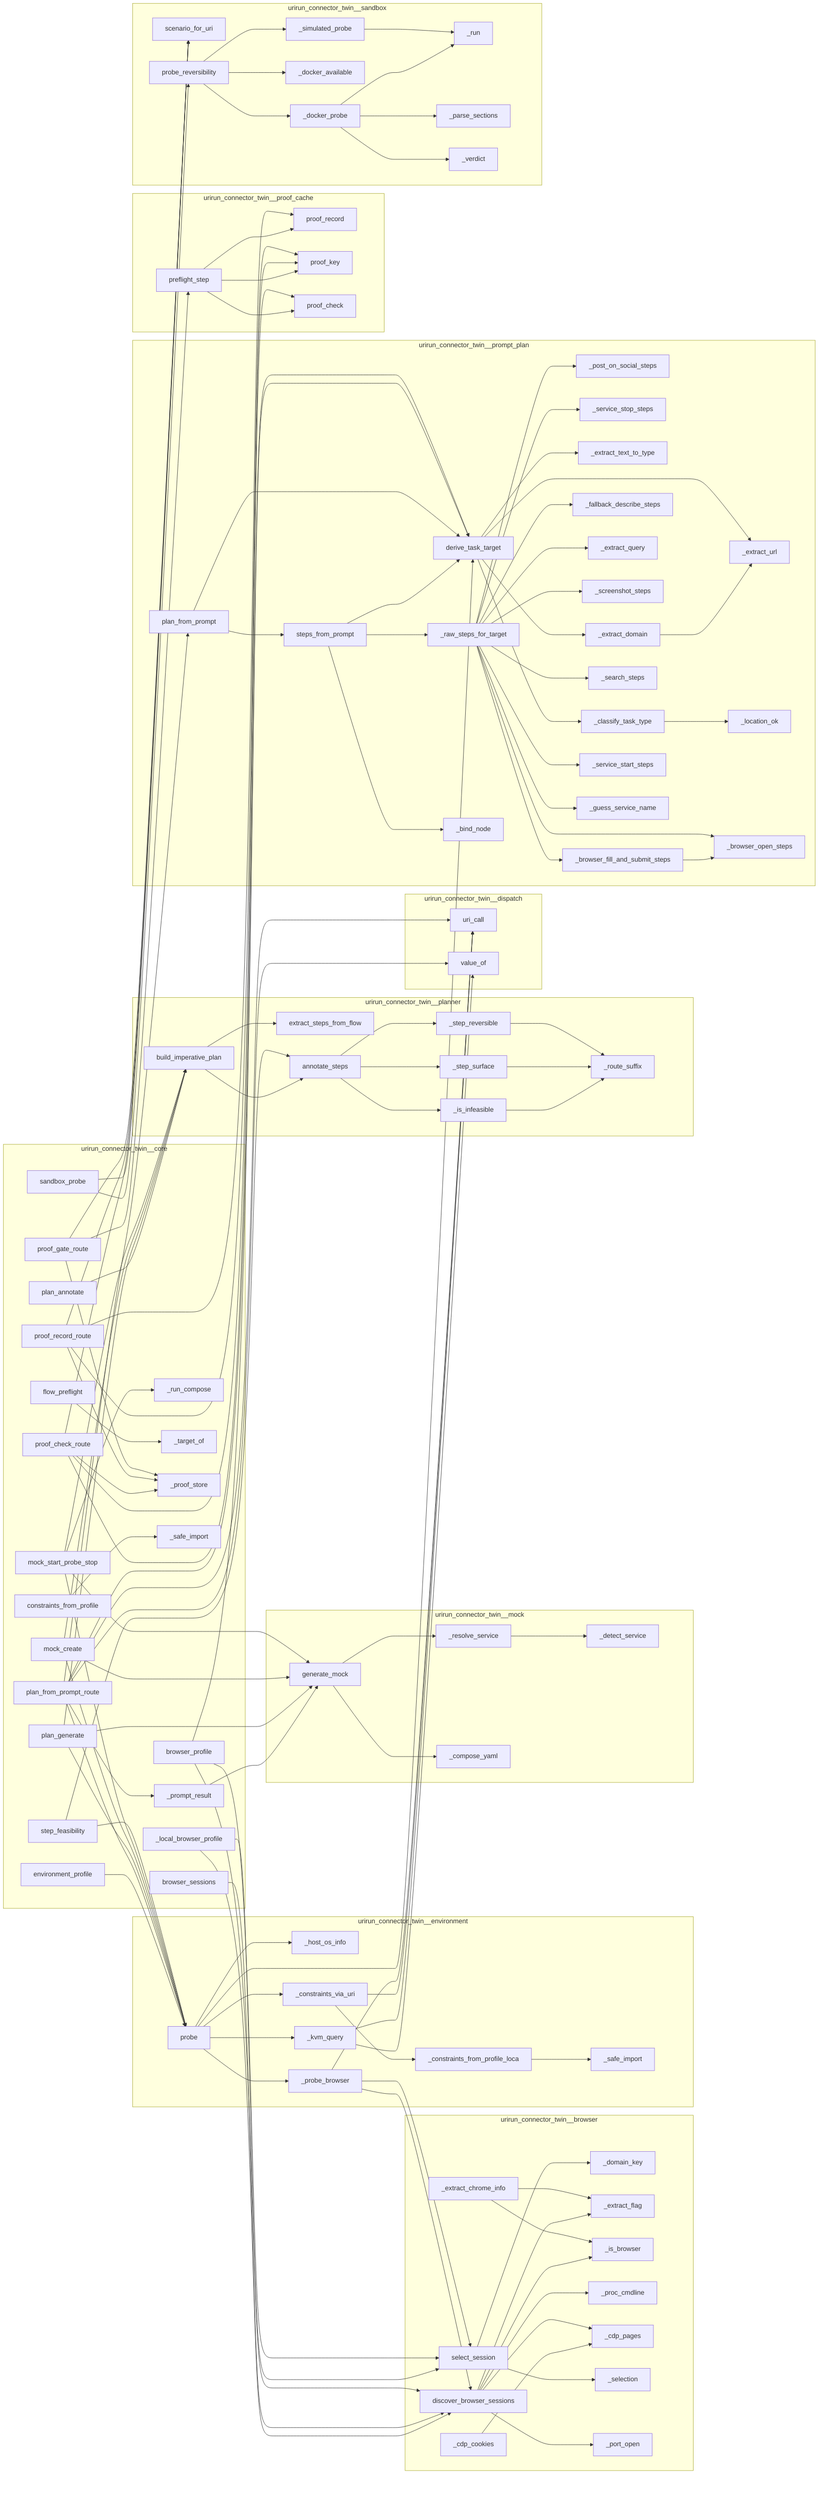
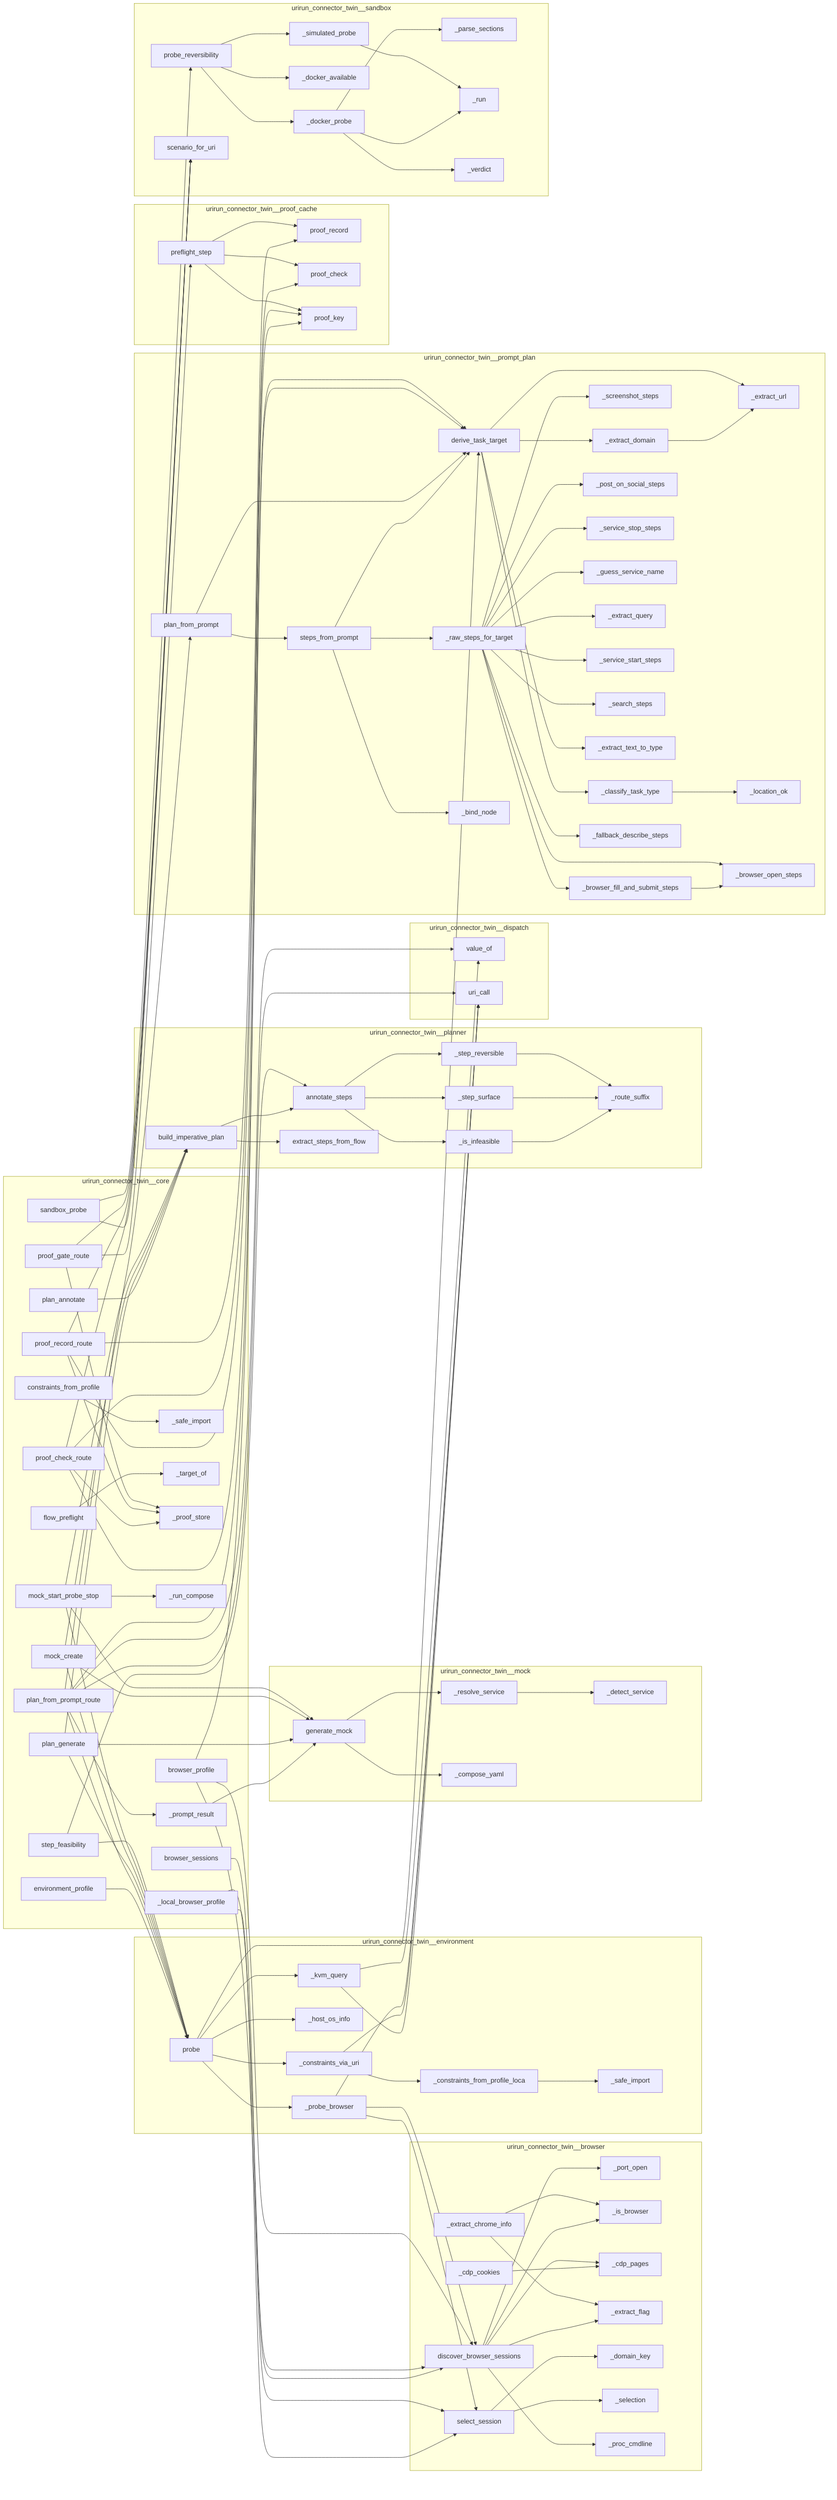
flowchart LR
%% generated in 0.00s
    subgraph urirun_connector_twin__browser
+         urirun_connector_twin__browser___extract_chrome_info["_extract_chrome_info"]
+         urirun_connector_twin__browser___port_open["_port_open"]
+         urirun_connector_twin__browser__discover_browser_sessions["discover_browser_sessions"]
+         urirun_connector_twin__browser___is_browser["_is_browser"]
+         urirun_connector_twin__browser__select_session["select_session"]
+         urirun_connector_twin__browser___cdp_pages["_cdp_pages"]
+         urirun_connector_twin__browser___extract_flag["_extract_flag"]
        urirun_connector_twin__browser___domain_key["_domain_key"]
-         urirun_connector_twin__browser__select_session["select_session"]
-         urirun_connector_twin__browser__discover_browser_sessions["discover_browser_sessions"]
+         urirun_connector_twin__browser___selection["_selection"]
+         urirun_connector_twin__browser___proc_cmdline["_proc_cmdline"]
        urirun_connector_twin__browser___cdp_cookies["_cdp_cookies"]
-         urirun_connector_twin__browser___extract_flag["_extract_flag"]
-         urirun_connector_twin__browser___is_browser["_is_browser"]
-         urirun_connector_twin__browser___proc_cmdline["_proc_cmdline"]
-         urirun_connector_twin__browser___cdp_pages["_cdp_pages"]
-         urirun_connector_twin__browser___extract_chrome_info["_extract_chrome_info"]
-         urirun_connector_twin__browser___selection["_selection"]
-         urirun_connector_twin__browser___port_open["_port_open"]
    end
    subgraph urirun_connector_twin__core
+         urirun_connector_twin__core__browser_profile["browser_profile"]
        urirun_connector_twin__core__browser_sessions["browser_sessions"]
+         urirun_connector_twin__core___safe_import["_safe_import"]
+         urirun_connector_twin__core___prompt_result["_prompt_result"]
+         urirun_connector_twin__core__mock_create["mock_create"]
+         urirun_connector_twin__core__sandbox_probe["sandbox_probe"]
+         urirun_connector_twin__core__proof_check_route["proof_check_route"]
+         urirun_connector_twin__core__environment_profile["environment_profile"]
+         urirun_connector_twin__core__proof_record_route["proof_record_route"]
+         urirun_connector_twin__core__plan_annotate["plan_annotate"]
+         urirun_connector_twin__core___target_of["_target_of"]
+         urirun_connector_twin__core__flow_preflight["flow_preflight"]
+         urirun_connector_twin__core___proof_store["_proof_store"]
+         urirun_connector_twin__core__proof_gate_route["proof_gate_route"]
+         urirun_connector_twin__core__constraints_from_profile["constraints_from_profile"]
+         urirun_connector_twin__core__plan_from_prompt_route["plan_from_prompt_route"]
+         urirun_connector_twin__core__mock_start_probe_stop["mock_start_probe_stop"]
+         urirun_connector_twin__core__plan_generate["plan_generate"]
+         urirun_connector_twin__core___local_browser_profile["_local_browser_profile"]
        urirun_connector_twin__core___run_compose["_run_compose"]
-         urirun_connector_twin__core__proof_record_route["proof_record_route"]
-         urirun_connector_twin__core__mock_create["mock_create"]
-         urirun_connector_twin__core__plan_annotate["plan_annotate"]
-         urirun_connector_twin__core__browser_profile["browser_profile"]
-         urirun_connector_twin__core__proof_check_route["proof_check_route"]
-         urirun_connector_twin__core__sandbox_probe["sandbox_probe"]
-         urirun_connector_twin__core___target_of["_target_of"]
-         urirun_connector_twin__core__mock_start_probe_stop["mock_start_probe_stop"]
        urirun_connector_twin__core__step_feasibility["step_feasibility"]
-         urirun_connector_twin__core__flow_preflight["flow_preflight"]
-         urirun_connector_twin__core__environment_profile["environment_profile"]
-         urirun_connector_twin__core__plan_from_prompt_route["plan_from_prompt_route"]
-         urirun_connector_twin__core___proof_store["_proof_store"]
-         urirun_connector_twin__core__constraints_from_profile["constraints_from_profile"]
-         urirun_connector_twin__core___local_browser_profile["_local_browser_profile"]
-         urirun_connector_twin__core__plan_generate["plan_generate"]
-         urirun_connector_twin__core___safe_import["_safe_import"]
-         urirun_connector_twin__core__proof_gate_route["proof_gate_route"]
-         urirun_connector_twin__core___prompt_result["_prompt_result"]
    end
    subgraph urirun_connector_twin__dispatch
+         urirun_connector_twin__dispatch__value_of["value_of"]
        urirun_connector_twin__dispatch__uri_call["uri_call"]
-         urirun_connector_twin__dispatch__value_of["value_of"]
    end
    subgraph urirun_connector_twin__environment
+         urirun_connector_twin__environment___safe_import["_safe_import"]
+         urirun_connector_twin__environment___constraints_via_uri["_constraints_via_uri"]
+         urirun_connector_twin__environment___probe_browser["_probe_browser"]
        urirun_connector_twin__environment___host_os_info["_host_os_info"]
        urirun_connector_twin__environment___kvm_query["_kvm_query"]
+         urirun_connector_twin__environment__probe["probe"]
        urirun_connector_twin__environment___constraints_from_profile_local["_constraints_from_profile_loca"]
-         urirun_connector_twin__environment___probe_browser["_probe_browser"]
-         urirun_connector_twin__environment___constraints_via_uri["_constraints_via_uri"]
-         urirun_connector_twin__environment__probe["probe"]
-         urirun_connector_twin__environment___safe_import["_safe_import"]
    end
    subgraph urirun_connector_twin__mock
+         urirun_connector_twin__mock___detect_service["_detect_service"]
        urirun_connector_twin__mock___resolve_service["_resolve_service"]
-         urirun_connector_twin__mock___detect_service["_detect_service"]
+         urirun_connector_twin__mock__generate_mock["generate_mock"]
        urirun_connector_twin__mock___compose_yaml["_compose_yaml"]
-         urirun_connector_twin__mock__generate_mock["generate_mock"]
    end
    subgraph urirun_connector_twin__planner
+         urirun_connector_twin__planner___step_reversible["_step_reversible"]
+         urirun_connector_twin__planner___step_surface["_step_surface"]
        urirun_connector_twin__planner__build_imperative_plan["build_imperative_plan"]
+         urirun_connector_twin__planner___route_suffix["_route_suffix"]
+         urirun_connector_twin__planner__annotate_steps["annotate_steps"]
        urirun_connector_twin__planner___is_infeasible["_is_infeasible"]
-         urirun_connector_twin__planner___step_surface["_step_surface"]
        urirun_connector_twin__planner__extract_steps_from_flow["extract_steps_from_flow"]
-         urirun_connector_twin__planner___route_suffix["_route_suffix"]
-         urirun_connector_twin__planner___step_reversible["_step_reversible"]
-         urirun_connector_twin__planner__annotate_steps["annotate_steps"]
    end
    subgraph urirun_connector_twin__prompt_plan
+         urirun_connector_twin__prompt_plan___extract_domain["_extract_domain"]
+         urirun_connector_twin__prompt_plan___extract_url["_extract_url"]
+         urirun_connector_twin__prompt_plan__steps_from_prompt["steps_from_prompt"]
+         urirun_connector_twin__prompt_plan___location_ok["_location_ok"]
+         urirun_connector_twin__prompt_plan___screenshot_steps["_screenshot_steps"]
+         urirun_connector_twin__prompt_plan___browser_fill_and_submit_steps["_browser_fill_and_submit_steps"]
+         urirun_connector_twin__prompt_plan___post_on_social_steps["_post_on_social_steps"]
+         urirun_connector_twin__prompt_plan___service_stop_steps["_service_stop_steps"]
+         urirun_connector_twin__prompt_plan___guess_service_name["_guess_service_name"]
+         urirun_connector_twin__prompt_plan__derive_task_target["derive_task_target"]
+         urirun_connector_twin__prompt_plan___extract_query["_extract_query"]
+         urirun_connector_twin__prompt_plan___service_start_steps["_service_start_steps"]
+         urirun_connector_twin__prompt_plan__plan_from_prompt["plan_from_prompt"]
+         urirun_connector_twin__prompt_plan___search_steps["_search_steps"]
+         urirun_connector_twin__prompt_plan___browser_open_steps["_browser_open_steps"]
+         urirun_connector_twin__prompt_plan___extract_text_to_type["_extract_text_to_type"]
+         urirun_connector_twin__prompt_plan___classify_task_type["_classify_task_type"]
+         urirun_connector_twin__prompt_plan___fallback_describe_steps["_fallback_describe_steps"]
        urirun_connector_twin__prompt_plan___raw_steps_for_target["_raw_steps_for_target"]
-         urirun_connector_twin__prompt_plan___extract_url["_extract_url"]
-         urirun_connector_twin__prompt_plan___post_on_social_steps["_post_on_social_steps"]
-         urirun_connector_twin__prompt_plan__derive_task_target["derive_task_target"]
-         urirun_connector_twin__prompt_plan__plan_from_prompt["plan_from_prompt"]
        urirun_connector_twin__prompt_plan___bind_node["_bind_node"]
-         urirun_connector_twin__prompt_plan___service_stop_steps["_service_stop_steps"]
-         urirun_connector_twin__prompt_plan__steps_from_prompt["steps_from_prompt"]
-         urirun_connector_twin__prompt_plan___extract_text_to_type["_extract_text_to_type"]
-         urirun_connector_twin__prompt_plan___location_ok["_location_ok"]
-         urirun_connector_twin__prompt_plan___browser_fill_and_submit_steps["_browser_fill_and_submit_steps"]
-         urirun_connector_twin__prompt_plan___fallback_describe_steps["_fallback_describe_steps"]
-         urirun_connector_twin__prompt_plan___extract_query["_extract_query"]
-         urirun_connector_twin__prompt_plan___browser_open_steps["_browser_open_steps"]
-         urirun_connector_twin__prompt_plan___screenshot_steps["_screenshot_steps"]
-         urirun_connector_twin__prompt_plan___extract_domain["_extract_domain"]
-         urirun_connector_twin__prompt_plan___search_steps["_search_steps"]
-         urirun_connector_twin__prompt_plan___classify_task_type["_classify_task_type"]
-         urirun_connector_twin__prompt_plan___service_start_steps["_service_start_steps"]
-         urirun_connector_twin__prompt_plan___guess_service_name["_guess_service_name"]
    end
    subgraph urirun_connector_twin__proof_cache
        urirun_connector_twin__proof_cache__proof_record["proof_record"]
-         urirun_connector_twin__proof_cache__proof_key["proof_key"]
        urirun_connector_twin__proof_cache__preflight_step["preflight_step"]
        urirun_connector_twin__proof_cache__proof_check["proof_check"]
+         urirun_connector_twin__proof_cache__proof_key["proof_key"]
    end
    subgraph urirun_connector_twin__sandbox
+         urirun_connector_twin__sandbox__probe_reversibility["probe_reversibility"]
+         urirun_connector_twin__sandbox___parse_sections["_parse_sections"]
+         urirun_connector_twin__sandbox___run["_run"]
+         urirun_connector_twin__sandbox___simulated_probe["_simulated_probe"]
+         urirun_connector_twin__sandbox___verdict["_verdict"]
+         urirun_connector_twin__sandbox___docker_available["_docker_available"]
        urirun_connector_twin__sandbox__scenario_for_uri["scenario_for_uri"]
-         urirun_connector_twin__sandbox___simulated_probe["_simulated_probe"]
-         urirun_connector_twin__sandbox___run["_run"]
-         urirun_connector_twin__sandbox___parse_sections["_parse_sections"]
-         urirun_connector_twin__sandbox___docker_available["_docker_available"]
-         urirun_connector_twin__sandbox__probe_reversibility["probe_reversibility"]
        urirun_connector_twin__sandbox___docker_probe["_docker_probe"]
-         urirun_connector_twin__sandbox___verdict["_verdict"]
    end
    urirun_connector_twin__sandbox___docker_probe --> urirun_connector_twin__sandbox___run
    urirun_connector_twin__sandbox___docker_probe --> urirun_connector_twin__sandbox___parse_sections
    urirun_connector_twin__sandbox___docker_probe --> urirun_connector_twin__sandbox___verdict
    urirun_connector_twin__sandbox___simulated_probe --> urirun_connector_twin__sandbox___run
    urirun_connector_twin__sandbox__probe_reversibility --> urirun_connector_twin__sandbox___docker_available
    urirun_connector_twin__sandbox__probe_reversibility --> urirun_connector_twin__sandbox___docker_probe
    urirun_connector_twin__sandbox__probe_reversibility --> urirun_connector_twin__sandbox___simulated_probe
    urirun_connector_twin__mock___resolve_service --> urirun_connector_twin__mock___detect_service
    urirun_connector_twin__mock__generate_mock --> urirun_connector_twin__mock___resolve_service
    urirun_connector_twin__mock__generate_mock --> urirun_connector_twin__mock___compose_yaml
    urirun_connector_twin__browser___cdp_cookies --> urirun_connector_twin__browser___cdp_pages
    urirun_connector_twin__browser__discover_browser_sessions --> urirun_connector_twin__browser___proc_cmdline
    urirun_connector_twin__browser__discover_browser_sessions --> urirun_connector_twin__browser___extract_flag
    urirun_connector_twin__browser__discover_browser_sessions --> urirun_connector_twin__browser___port_open
    urirun_connector_twin__browser__discover_browser_sessions --> urirun_connector_twin__browser___is_browser
    urirun_connector_twin__browser__discover_browser_sessions --> urirun_connector_twin__browser___cdp_pages
    urirun_connector_twin__browser__select_session --> urirun_connector_twin__browser___domain_key
    urirun_connector_twin__browser__select_session --> urirun_connector_twin__browser___selection
    urirun_connector_twin__browser___extract_chrome_info --> urirun_connector_twin__browser___extract_flag
    urirun_connector_twin__browser___extract_chrome_info --> urirun_connector_twin__browser___is_browser
    urirun_connector_twin__planner___is_infeasible --> urirun_connector_twin__planner___route_suffix
    urirun_connector_twin__planner___step_surface --> urirun_connector_twin__planner___route_suffix
    urirun_connector_twin__planner___step_reversible --> urirun_connector_twin__planner___route_suffix
    urirun_connector_twin__planner__annotate_steps --> urirun_connector_twin__planner___is_infeasible
    urirun_connector_twin__planner__annotate_steps --> urirun_connector_twin__planner___step_reversible
    urirun_connector_twin__planner__annotate_steps --> urirun_connector_twin__planner___step_surface
    urirun_connector_twin__planner__build_imperative_plan --> urirun_connector_twin__planner__extract_steps_from_flow
    urirun_connector_twin__planner__build_imperative_plan --> urirun_connector_twin__planner__annotate_steps
    urirun_connector_twin__prompt_plan___extract_domain --> urirun_connector_twin__prompt_plan___extract_url
    urirun_connector_twin__prompt_plan___browser_fill_and_submit_steps --> urirun_connector_twin__prompt_plan___browser_open_steps
    urirun_connector_twin__prompt_plan___classify_task_type --> urirun_connector_twin__prompt_plan___location_ok
    urirun_connector_twin__prompt_plan__derive_task_target --> urirun_connector_twin__prompt_plan___extract_domain
    urirun_connector_twin__prompt_plan__derive_task_target --> urirun_connector_twin__prompt_plan___extract_url
    urirun_connector_twin__prompt_plan__derive_task_target --> urirun_connector_twin__prompt_plan___extract_text_to_type
    urirun_connector_twin__prompt_plan__derive_task_target --> urirun_connector_twin__prompt_plan___classify_task_type
    urirun_connector_twin__prompt_plan___raw_steps_for_target --> urirun_connector_twin__prompt_plan___fallback_describe_steps
    urirun_connector_twin__prompt_plan___raw_steps_for_target --> urirun_connector_twin__prompt_plan___post_on_social_steps
    urirun_connector_twin__prompt_plan___raw_steps_for_target --> urirun_connector_twin__prompt_plan___search_steps
    urirun_connector_twin__prompt_plan___raw_steps_for_target --> urirun_connector_twin__prompt_plan___browser_fill_and_submit_steps
    urirun_connector_twin__prompt_plan___raw_steps_for_target --> urirun_connector_twin__prompt_plan___browser_open_steps
    urirun_connector_twin__prompt_plan___raw_steps_for_target --> urirun_connector_twin__prompt_plan___screenshot_steps
    urirun_connector_twin__prompt_plan___raw_steps_for_target --> urirun_connector_twin__prompt_plan___service_start_steps
    urirun_connector_twin__prompt_plan___raw_steps_for_target --> urirun_connector_twin__prompt_plan___service_stop_steps
    urirun_connector_twin__prompt_plan___raw_steps_for_target --> urirun_connector_twin__prompt_plan___extract_query
    urirun_connector_twin__prompt_plan___raw_steps_for_target --> urirun_connector_twin__prompt_plan___guess_service_name
    urirun_connector_twin__prompt_plan__steps_from_prompt --> urirun_connector_twin__prompt_plan___bind_node
    urirun_connector_twin__prompt_plan__steps_from_prompt --> urirun_connector_twin__prompt_plan___raw_steps_for_target
    urirun_connector_twin__prompt_plan__steps_from_prompt --> urirun_connector_twin__prompt_plan__derive_task_target
    urirun_connector_twin__prompt_plan__plan_from_prompt --> urirun_connector_twin__prompt_plan__derive_task_target
    urirun_connector_twin__prompt_plan__plan_from_prompt --> urirun_connector_twin__prompt_plan__steps_from_prompt
-     urirun_connector_twin__environment___kvm_query --> urirun_connector_twin__dispatch__uri_call
-     urirun_connector_twin__environment___kvm_query --> urirun_connector_twin__dispatch__value_of
-     urirun_connector_twin__environment___constraints_from_profile_local --> urirun_connector_twin__environment___safe_import
-     urirun_connector_twin__environment___constraints_via_uri --> urirun_connector_twin__dispatch__uri_call
-     urirun_connector_twin__environment___constraints_via_uri --> urirun_connector_twin__environment___constraints_from_profile_local
-     urirun_connector_twin__environment___probe_browser --> urirun_connector_twin__dispatch__uri_call
-     urirun_connector_twin__environment___probe_browser --> urirun_connector_twin__browser__select_session
-     urirun_connector_twin__environment___probe_browser --> urirun_connector_twin__browser__discover_browser_sessions
-     urirun_connector_twin__environment__probe --> urirun_connector_twin__environment___host_os_info
-     urirun_connector_twin__environment__probe --> urirun_connector_twin__environment___constraints_via_uri
-     urirun_connector_twin__environment__probe --> urirun_connector_twin__environment___probe_browser
-     urirun_connector_twin__environment__probe --> urirun_connector_twin__environment___kvm_query
-     urirun_connector_twin__environment__probe --> urirun_connector_twin__prompt_plan__derive_task_target
-     urirun_connector_twin__proof_cache__preflight_step --> urirun_connector_twin__proof_cache__proof_key
-     urirun_connector_twin__proof_cache__preflight_step --> urirun_connector_twin__proof_cache__proof_check
-     urirun_connector_twin__proof_cache__preflight_step --> urirun_connector_twin__proof_cache__proof_record
    urirun_connector_twin__core___local_browser_profile --> urirun_connector_twin__browser__discover_browser_sessions
    urirun_connector_twin__core___local_browser_profile --> urirun_connector_twin__browser__select_session
    urirun_connector_twin__core___prompt_result --> urirun_connector_twin__mock__generate_mock
    urirun_connector_twin__core__environment_profile --> urirun_connector_twin__environment__probe
    urirun_connector_twin__core__constraints_from_profile --> urirun_connector_twin__core___safe_import
    urirun_connector_twin__core__browser_sessions --> urirun_connector_twin__browser__discover_browser_sessions
    urirun_connector_twin__core__browser_profile --> urirun_connector_twin__browser__discover_browser_sessions
    urirun_connector_twin__core__browser_profile --> urirun_connector_twin__browser__select_session
    urirun_connector_twin__core__browser_profile --> urirun_connector_twin__prompt_plan__derive_task_target
    urirun_connector_twin__core__plan_from_prompt_route --> urirun_connector_twin__prompt_plan__derive_task_target
    urirun_connector_twin__core__plan_from_prompt_route --> urirun_connector_twin__prompt_plan__plan_from_prompt
    urirun_connector_twin__core__plan_from_prompt_route --> urirun_connector_twin__dispatch__uri_call
    urirun_connector_twin__core__plan_from_prompt_route --> urirun_connector_twin__core___prompt_result
    urirun_connector_twin__core__plan_from_prompt_route --> urirun_connector_twin__dispatch__value_of
    urirun_connector_twin__core__plan_from_prompt_route --> urirun_connector_twin__environment__probe
    urirun_connector_twin__core__plan_annotate --> urirun_connector_twin__planner__build_imperative_plan
    urirun_connector_twin__core__plan_generate --> urirun_connector_twin__environment__probe
    urirun_connector_twin__core__plan_generate --> urirun_connector_twin__planner__build_imperative_plan
    urirun_connector_twin__core__plan_generate --> urirun_connector_twin__mock__generate_mock
    urirun_connector_twin__core__mock_create --> urirun_connector_twin__environment__probe
    urirun_connector_twin__core__mock_create --> urirun_connector_twin__planner__build_imperative_plan
    urirun_connector_twin__core__mock_create --> urirun_connector_twin__mock__generate_mock
    urirun_connector_twin__core__mock_start_probe_stop --> urirun_connector_twin__environment__probe
    urirun_connector_twin__core__mock_start_probe_stop --> urirun_connector_twin__planner__build_imperative_plan
    urirun_connector_twin__core__mock_start_probe_stop --> urirun_connector_twin__mock__generate_mock
    urirun_connector_twin__core__mock_start_probe_stop --> urirun_connector_twin__core___run_compose
    urirun_connector_twin__core__step_feasibility --> urirun_connector_twin__environment__probe
    urirun_connector_twin__core__step_feasibility --> urirun_connector_twin__planner__annotate_steps
    urirun_connector_twin__core__sandbox_probe --> urirun_connector_twin__sandbox__probe_reversibility
    urirun_connector_twin__core__sandbox_probe --> urirun_connector_twin__sandbox__scenario_for_uri
    urirun_connector_twin__core__proof_check_route --> urirun_connector_twin__proof_cache__proof_key
    urirun_connector_twin__core__proof_check_route --> urirun_connector_twin__proof_cache__proof_check
    urirun_connector_twin__core__proof_check_route --> urirun_connector_twin__sandbox__scenario_for_uri
    urirun_connector_twin__core__proof_check_route --> urirun_connector_twin__core___proof_store
    urirun_connector_twin__core__proof_record_route --> urirun_connector_twin__sandbox__scenario_for_uri
    urirun_connector_twin__core__proof_record_route --> urirun_connector_twin__proof_cache__proof_key
    urirun_connector_twin__core__proof_record_route --> urirun_connector_twin__proof_cache__proof_record
    urirun_connector_twin__core__proof_record_route --> urirun_connector_twin__core___proof_store
    urirun_connector_twin__core__proof_gate_route --> urirun_connector_twin__proof_cache__preflight_step
    urirun_connector_twin__core__proof_gate_route --> urirun_connector_twin__sandbox__scenario_for_uri
    urirun_connector_twin__core__proof_gate_route --> urirun_connector_twin__core___proof_store
    urirun_connector_twin__core__flow_preflight --> urirun_connector_twin__core___target_of
+     urirun_connector_twin__environment___kvm_query --> urirun_connector_twin__dispatch__uri_call
+     urirun_connector_twin__environment___kvm_query --> urirun_connector_twin__dispatch__value_of
+     urirun_connector_twin__environment___constraints_from_profile_local --> urirun_connector_twin__environment___safe_import
+     urirun_connector_twin__environment___constraints_via_uri --> urirun_connector_twin__dispatch__uri_call
+     urirun_connector_twin__environment___constraints_via_uri --> urirun_connector_twin__environment___constraints_from_profile_local
+     urirun_connector_twin__environment___probe_browser --> urirun_connector_twin__dispatch__uri_call
+     urirun_connector_twin__environment___probe_browser --> urirun_connector_twin__browser__select_session
+     urirun_connector_twin__environment___probe_browser --> urirun_connector_twin__browser__discover_browser_sessions
+     urirun_connector_twin__environment__probe --> urirun_connector_twin__environment___host_os_info
+     urirun_connector_twin__environment__probe --> urirun_connector_twin__environment___constraints_via_uri
+     urirun_connector_twin__environment__probe --> urirun_connector_twin__environment___probe_browser
+     urirun_connector_twin__environment__probe --> urirun_connector_twin__environment___kvm_query
+     urirun_connector_twin__environment__probe --> urirun_connector_twin__prompt_plan__derive_task_target
+     urirun_connector_twin__proof_cache__preflight_step --> urirun_connector_twin__proof_cache__proof_key
+     urirun_connector_twin__proof_cache__preflight_step --> urirun_connector_twin__proof_cache__proof_check
+     urirun_connector_twin__proof_cache__preflight_step --> urirun_connector_twin__proof_cache__proof_record
